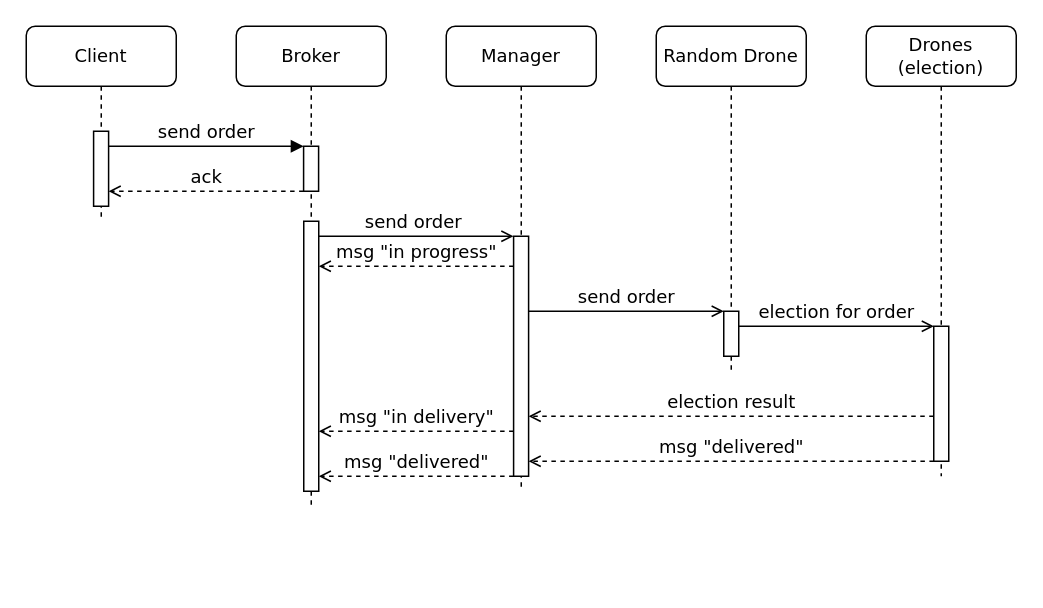
Above: Report/images/New-order.drawio in Gianluca755/Drones (draw.io), before the change. Source tidied: cells renumbered, new cells numbered last; positions are measured from the earlier drawing's top-left corner, leaving out a move shared by most shapes. Both pictures are drawn from the tidied source at 150%, with x=0, y=0 at pixel (26, 26).
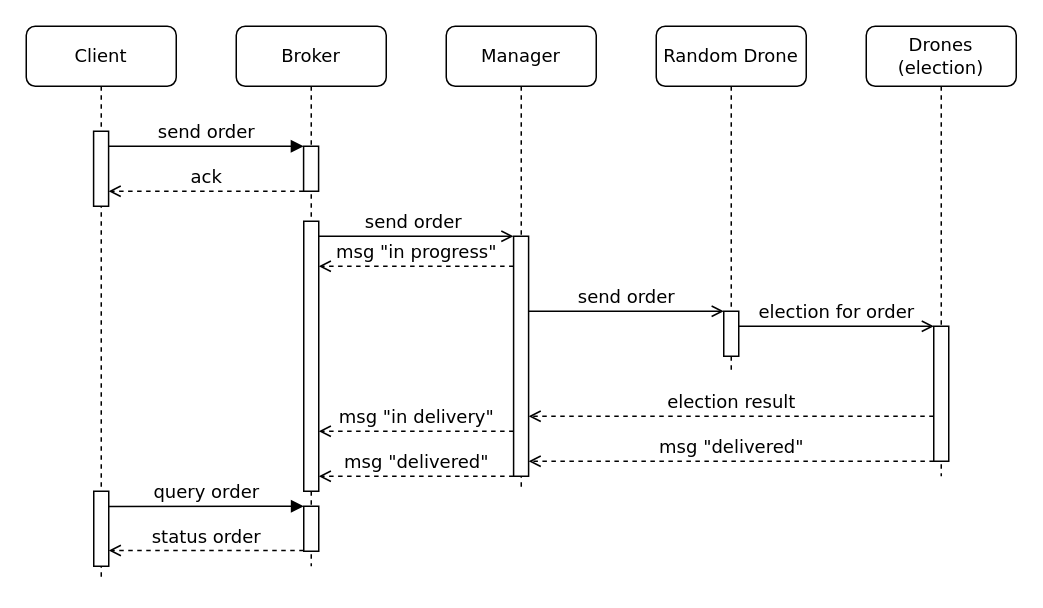
The same diagram, later.

The edit, as a diff of the source:
```diff
@@
     <mxCell id="2" value="Broker" style="shape=umlLifeline;perimeter=lifelinePerimeter;whiteSpace=wrap;html=1;outlineConnect=0;rounded=1;shadow=0;comic=0;labelBackgroundColor=none;strokeWidth=1;fontFamily=Verdana;fontSize=12;align=center;" parent="1" vertex="1">
-      <mxGeometry x="140" width="100" height="320" as="geometry" />
+      <mxGeometry x="140" width="100" height="360" as="geometry" />
     </mxCell>
@@
     <mxCell id="7" value="Client" style="shape=umlLifeline;perimeter=lifelinePerimeter;whiteSpace=wrap;html=1;rounded=1;shadow=0;comic=0;labelBackgroundColor=none;strokeWidth=1;fontFamily=Verdana;fontSize=12;align=center;" parent="1" vertex="1">
-      <mxGeometry width="100" height="130" as="geometry" />
+      <mxGeometry width="100" height="370" as="geometry" />
     </mxCell>
@@
+    <mxCell id="23" style="html=1;perimeter=orthogonalPerimeter;rounded=0;shadow=0;comic=0;labelBackgroundColor=none;strokeWidth=1;fontFamily=Verdana;fontSize=12;align=center;" parent="1" vertex="1">
+      <mxGeometry x="45" y="310" width="10" height="50" as="geometry" />
+    </mxCell>
+    <mxCell id="24" value="query order" style="html=1;verticalAlign=bottom;endArrow=block;entryX=0;entryY=0;labelBackgroundColor=none;fontFamily=Verdana;fontSize=12;edgeStyle=elbowEdgeStyle;elbow=vertical;" parent="1" edge="1">
+      <mxGeometry relative="1" as="geometry">
+        <mxPoint x="55" y="320.1" as="sourcePoint" />
+        <mxPoint x="185" y="320" as="targetPoint" />
+      </mxGeometry>
+    </mxCell>
+    <mxCell id="25" style="html=1;perimeter=orthogonalPerimeter;rounded=0;shadow=0;comic=0;labelBackgroundColor=none;strokeWidth=1;fontFamily=Verdana;fontSize=12;align=center;" parent="1" vertex="1">
+      <mxGeometry x="185" y="320" width="10" height="30" as="geometry" />
+    </mxCell>
+    <mxCell id="26" value="status order" style="html=1;verticalAlign=bottom;endArrow=open;labelBackgroundColor=none;fontFamily=Verdana;fontSize=12;edgeStyle=elbowEdgeStyle;elbow=vertical;dashed=1;endFill=0;" parent="1" edge="1">
+      <mxGeometry relative="1" as="geometry">
+        <mxPoint x="185" y="349.5" as="sourcePoint" />
+        <mxPoint x="55" y="349.5" as="targetPoint" />
+        <Array as="points">
+          <mxPoint x="140" y="349.5" />
+          <mxPoint x="150" y="339.5" />
+        </Array>
+      </mxGeometry>
+    </mxCell>
```
